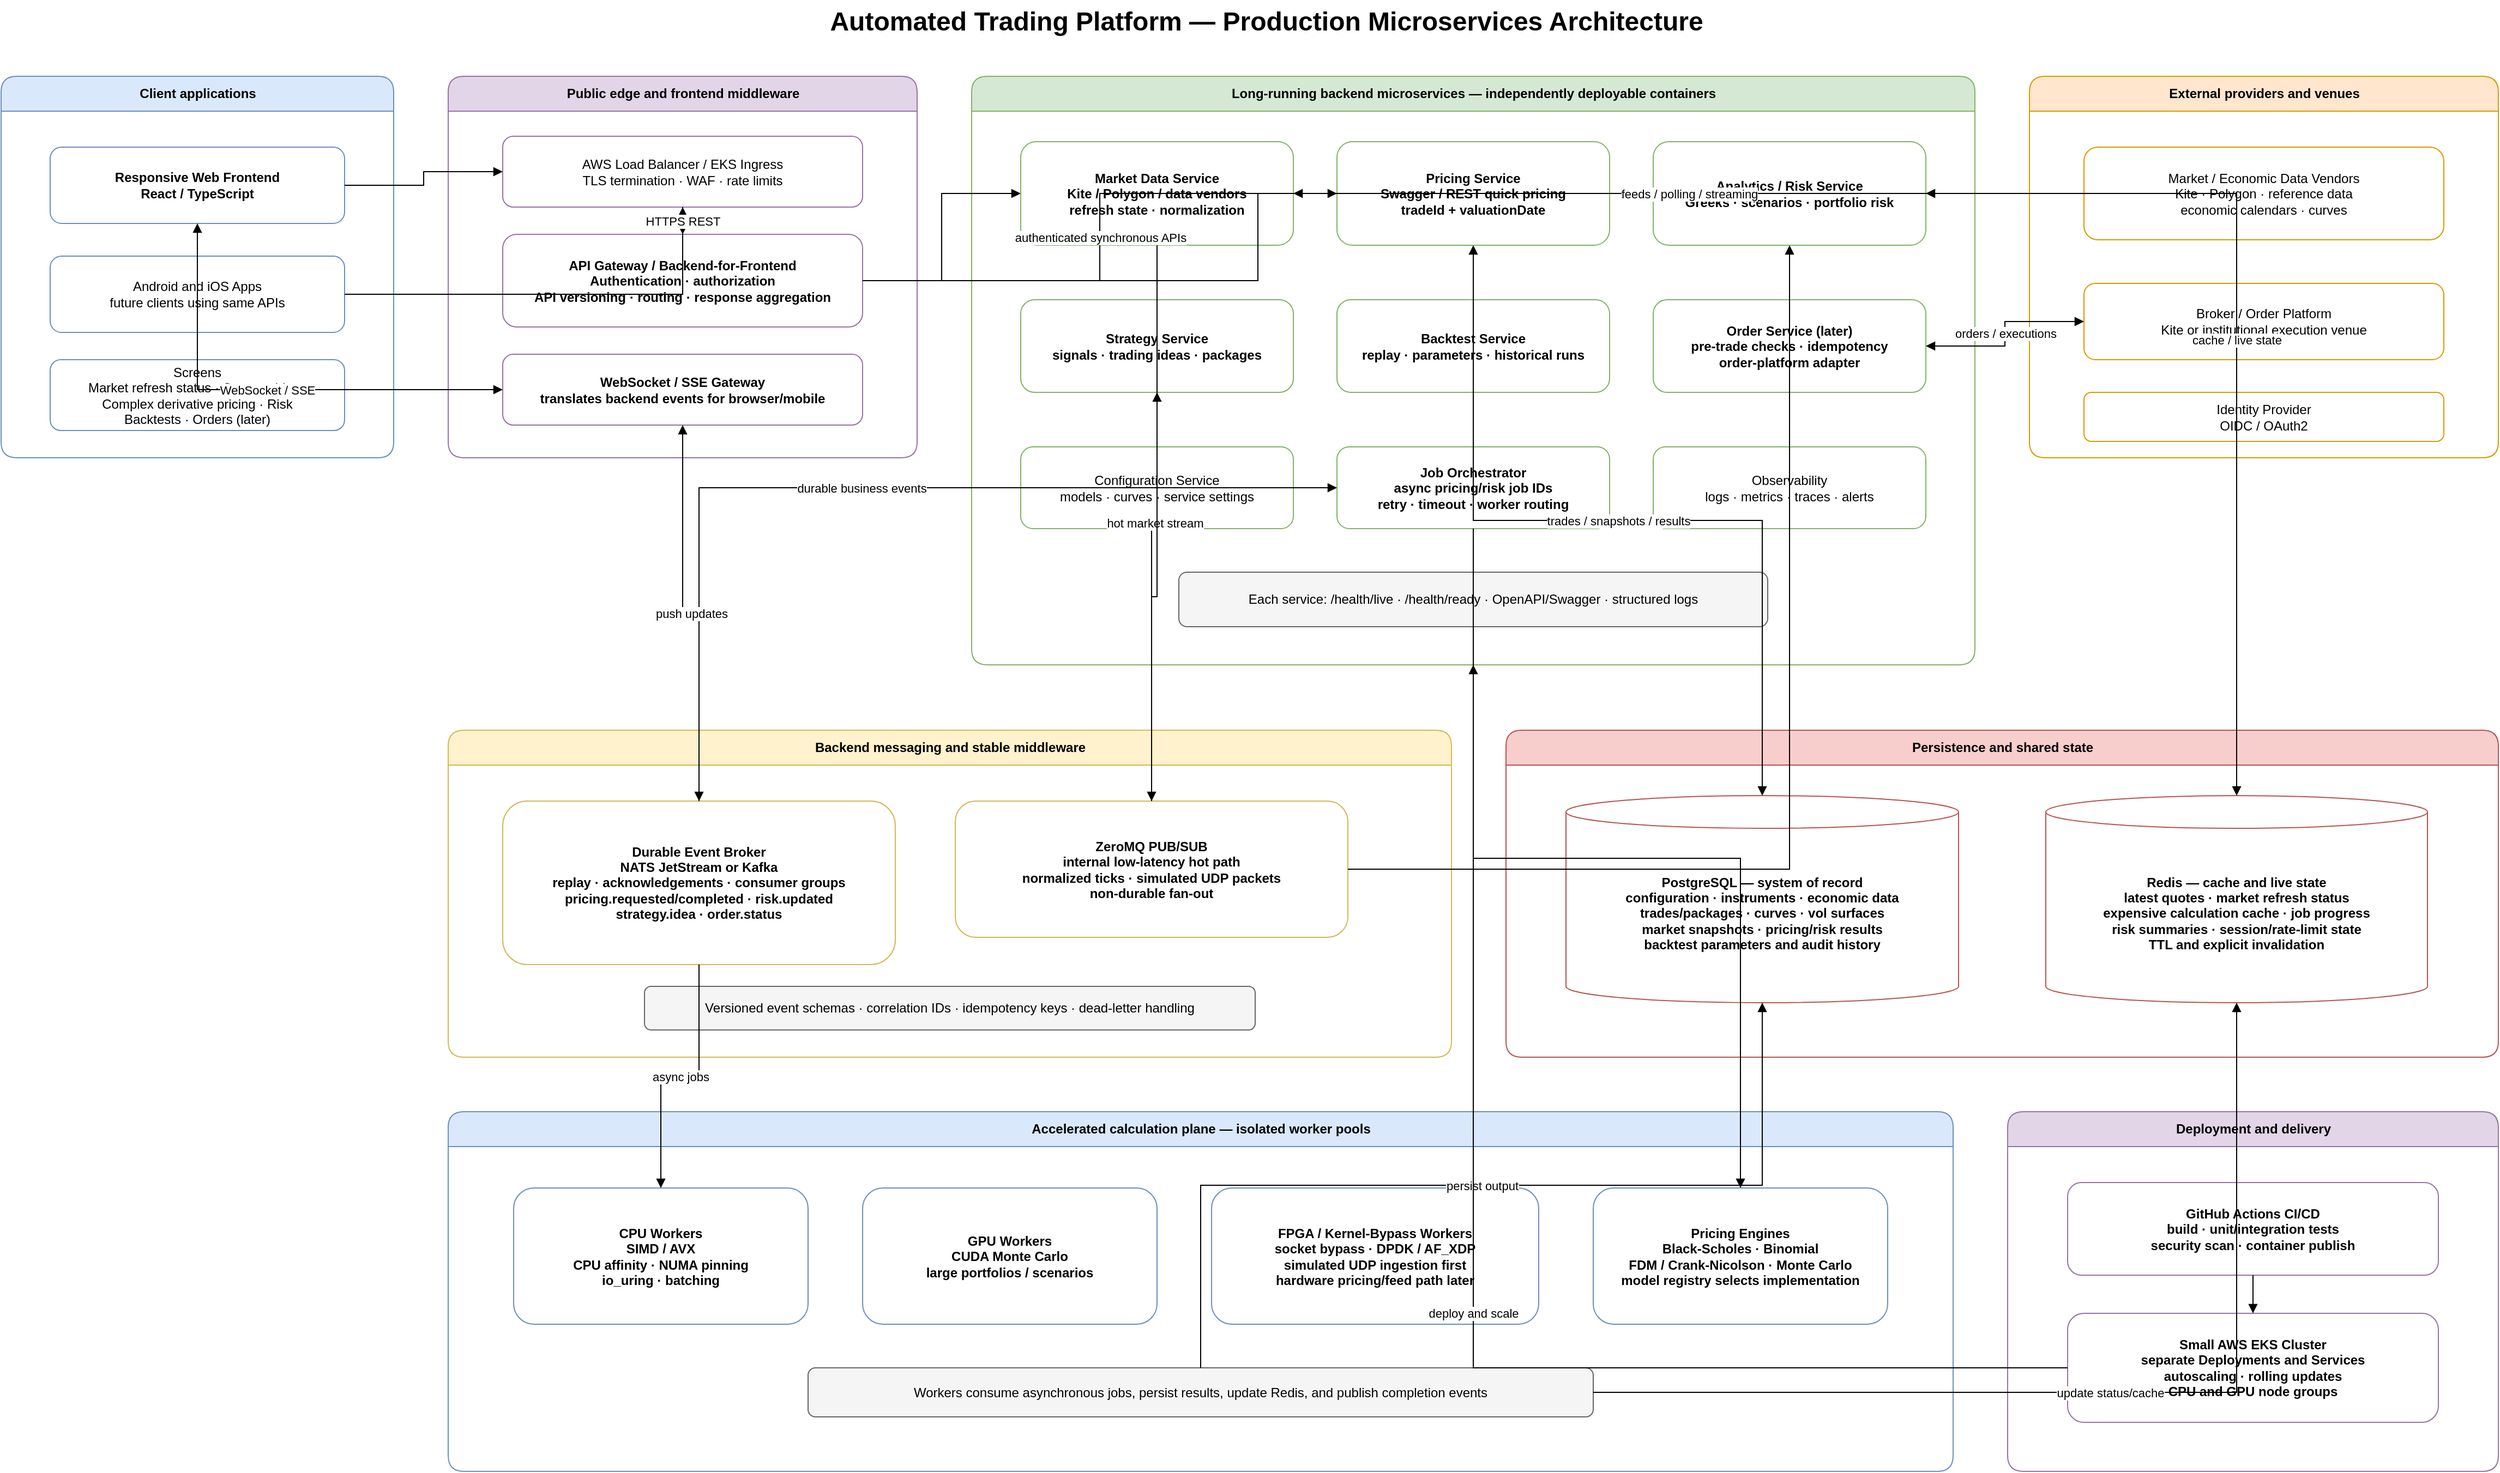
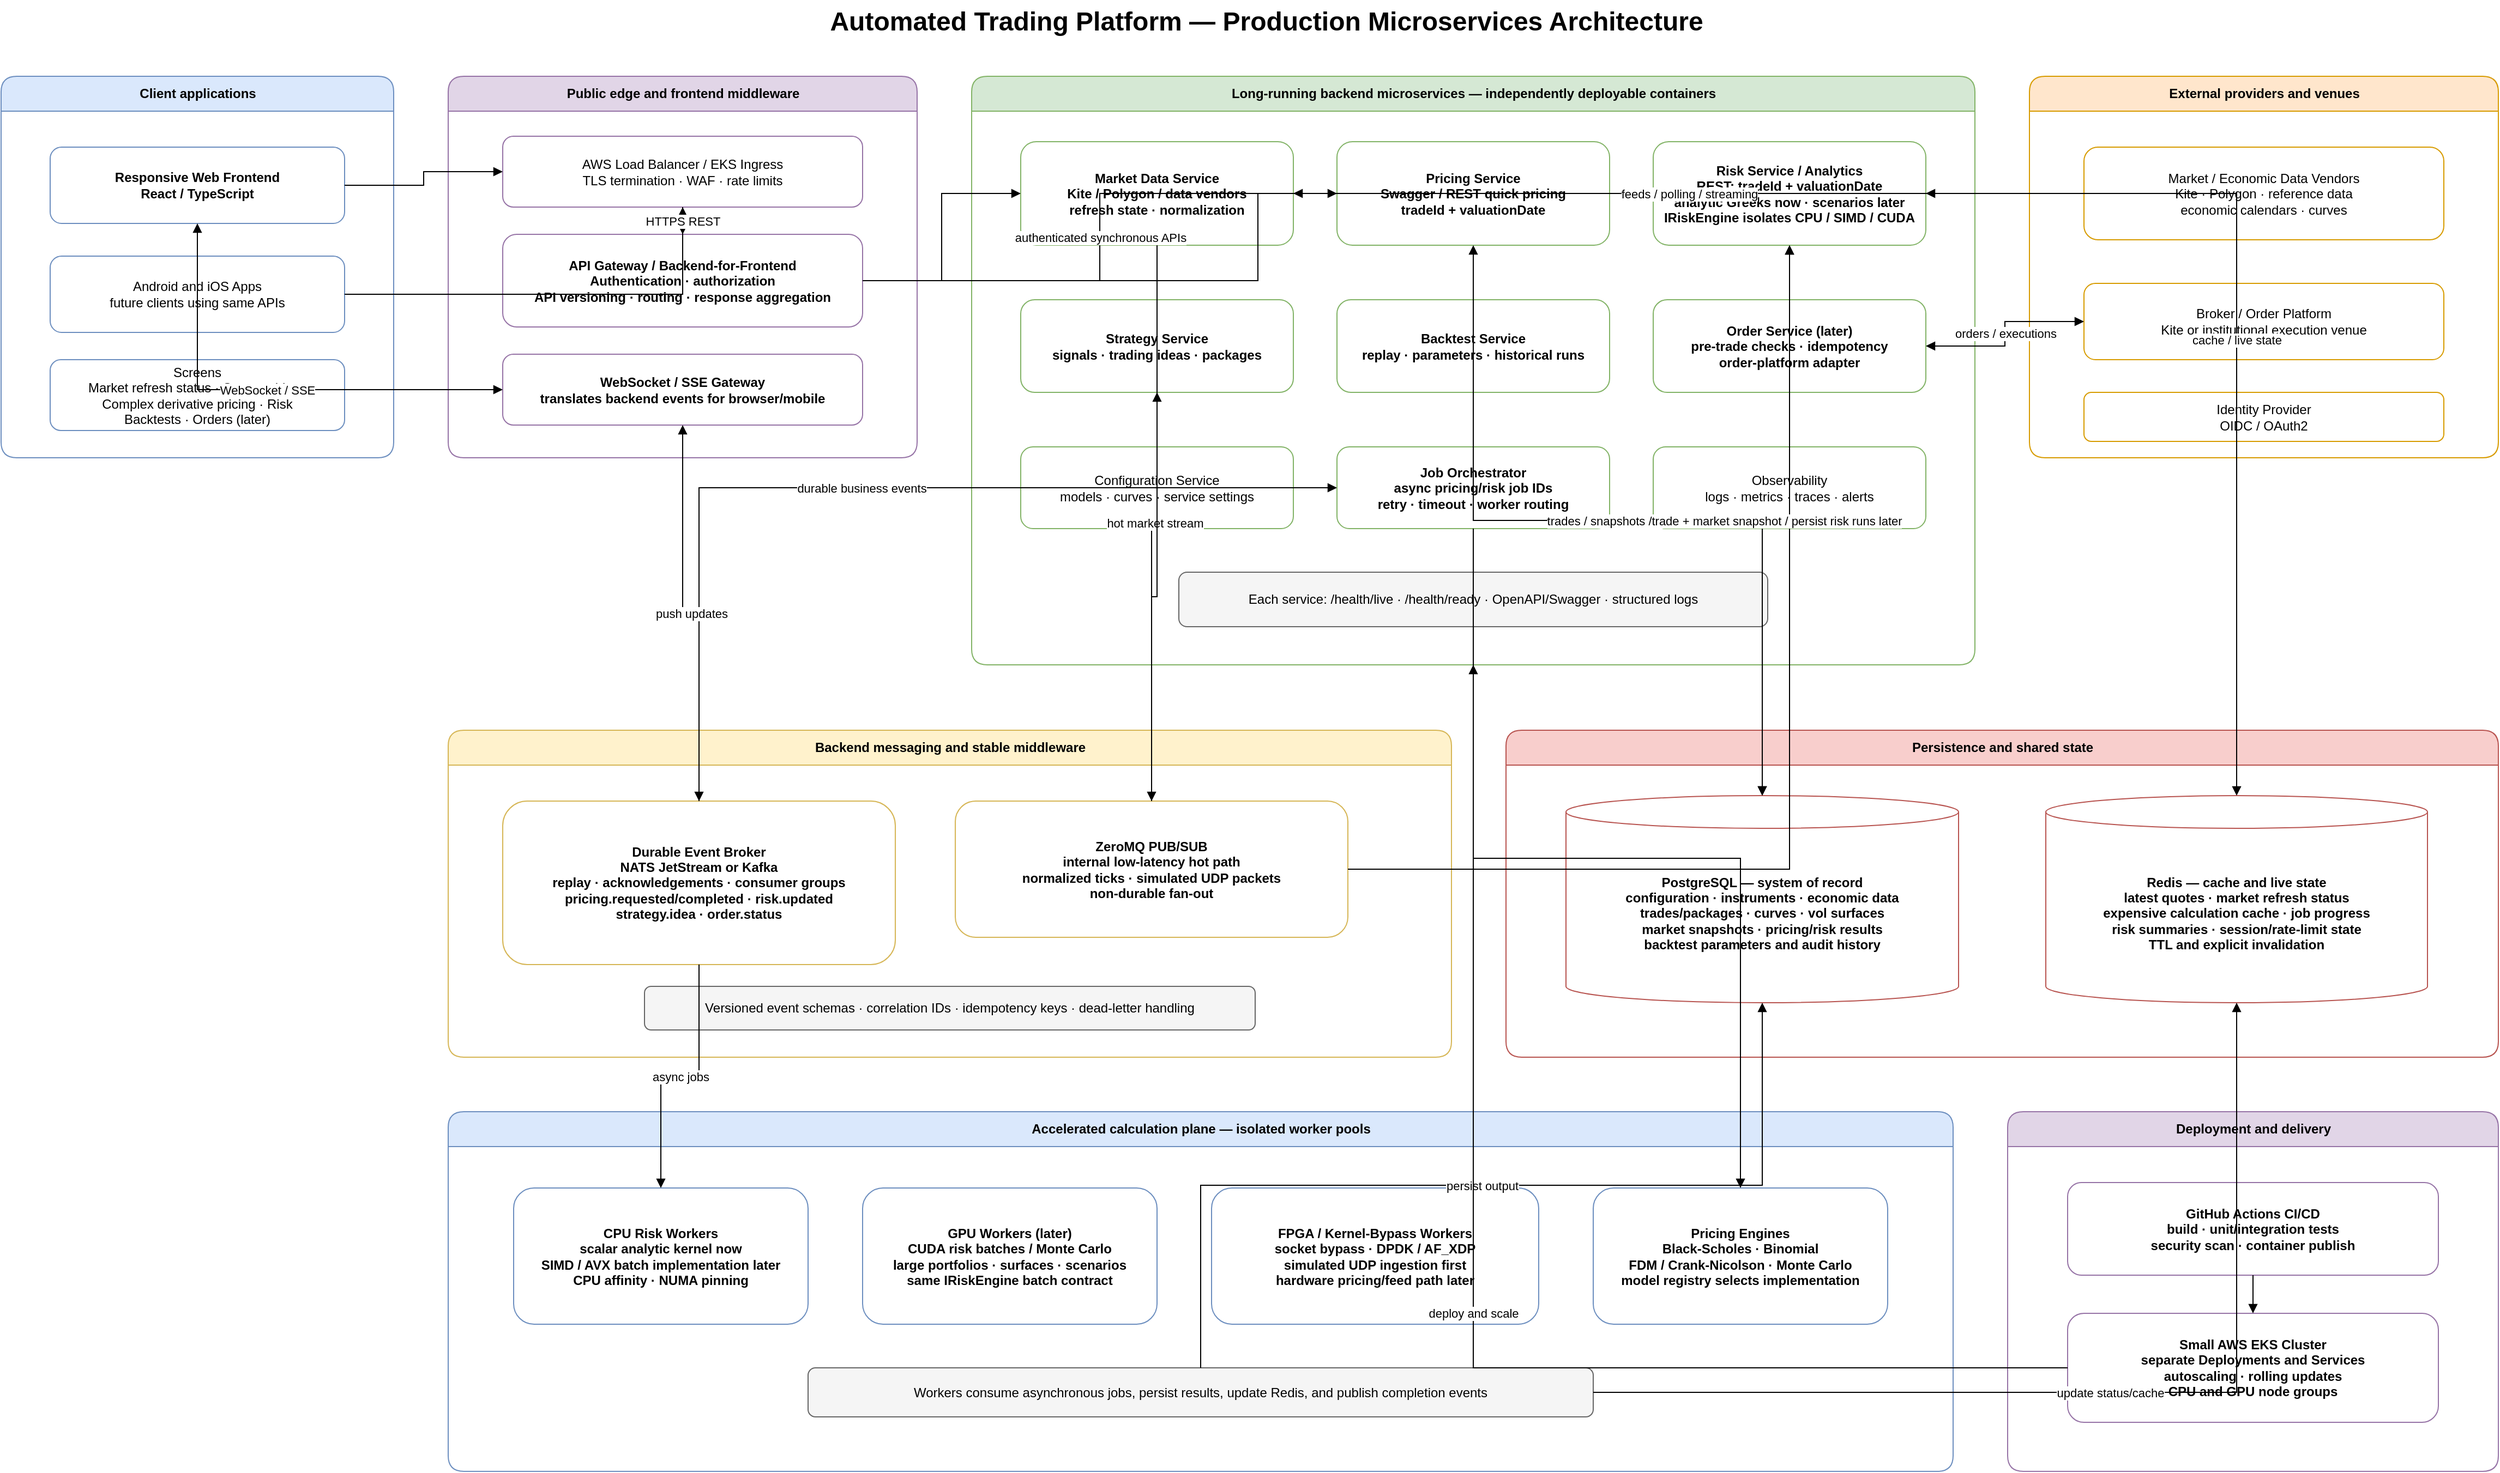
<mxfile host="app.diagrams.net" modified="2026-07-16T00:00:00.000Z" agent="Codex" version="24.7.17" type="device">
  <diagram id="full-system" name="Full System Architecture">
    <mxGraphModel dx="2200" dy="1400" grid="1" gridSize="10" guides="1" tooltips="1" connect="1" arrows="1" fold="1" page="1" pageScale="1" pageWidth="2400" pageHeight="1600" math="0" shadow="0">
      <root>
        <mxCell id="0"/>
        <mxCell id="1" parent="0"/>

        <mxCell id="title" value="Automated Trading Platform — Production Microservices Architecture" style="text;html=1;align=center;verticalAlign=middle;fontSize=24;fontStyle=1;" vertex="1" parent="1">
          <mxGeometry x="540" y="20" width="1320" height="40" as="geometry"/>
        </mxCell>

        <mxCell id="clients" value="Client applications" style="swimlane;html=1;startSize=32;horizontal=1;rounded=1;fillColor=#dae8fc;strokeColor=#6c8ebf;fontStyle=1;" vertex="1" parent="1">
          <mxGeometry x="40" y="90" width="360" height="350" as="geometry"/>
        </mxCell>
        <mxCell id="web" value="Responsive Web Frontend&#xa;React / TypeScript" style="rounded=1;whiteSpace=wrap;html=1;fillColor=#ffffff;strokeColor=#6c8ebf;fontStyle=1;" vertex="1" parent="clients">
          <mxGeometry x="45" y="65" width="270" height="70" as="geometry"/>
        </mxCell>
        <mxCell id="mobile" value="Android and iOS Apps&#xa;future clients using same APIs" style="rounded=1;whiteSpace=wrap;html=1;fillColor=#ffffff;strokeColor=#6c8ebf;" vertex="1" parent="clients">
          <mxGeometry x="45" y="165" width="270" height="70" as="geometry"/>
        </mxCell>
        <mxCell id="screens" value="Screens&#xa;Market refresh status · Strategy ideas&#xa;Complex derivative pricing · Risk&#xa;Backtests · Orders (later)" style="rounded=1;whiteSpace=wrap;html=1;fillColor=#ffffff;strokeColor=#6c8ebf;" vertex="1" parent="clients">
          <mxGeometry x="45" y="260" width="270" height="65" as="geometry"/>
        </mxCell>

        <mxCell id="edge" value="Public edge and frontend middleware" style="swimlane;html=1;startSize=32;horizontal=1;rounded=1;fillColor=#e1d5e7;strokeColor=#9673a6;fontStyle=1;" vertex="1" parent="1">
          <mxGeometry x="450" y="90" width="430" height="350" as="geometry"/>
        </mxCell>
        <mxCell id="ingress" value="AWS Load Balancer / EKS Ingress&#xa;TLS termination · WAF · rate limits" style="rounded=1;whiteSpace=wrap;html=1;fillColor=#ffffff;strokeColor=#9673a6;" vertex="1" parent="edge">
          <mxGeometry x="50" y="55" width="330" height="65" as="geometry"/>
        </mxCell>
        <mxCell id="gateway" value="API Gateway / Backend-for-Frontend&#xa;Authentication · authorization&#xa;API versioning · routing · response aggregation" style="rounded=1;whiteSpace=wrap;html=1;fillColor=#ffffff;strokeColor=#9673a6;fontStyle=1;" vertex="1" parent="edge">
          <mxGeometry x="50" y="145" width="330" height="85" as="geometry"/>
        </mxCell>
        <mxCell id="streamGateway" value="WebSocket / SSE Gateway&#xa;translates backend events for browser/mobile" style="rounded=1;whiteSpace=wrap;html=1;fillColor=#ffffff;strokeColor=#9673a6;fontStyle=1;" vertex="1" parent="edge">
          <mxGeometry x="50" y="255" width="330" height="65" as="geometry"/>
        </mxCell>

        <mxCell id="services" value="Long-running backend microservices — independently deployable containers" style="swimlane;html=1;startSize=32;horizontal=1;rounded=1;fillColor=#d5e8d4;strokeColor=#82b366;fontStyle=1;" vertex="1" parent="1">
          <mxGeometry x="930" y="90" width="920" height="540" as="geometry"/>
        </mxCell>
        <mxCell id="market" value="Market Data Service&#xa;Kite / Polygon / data vendors&#xa;refresh state · normalization" style="rounded=1;whiteSpace=wrap;html=1;fillColor=#ffffff;strokeColor=#82b366;fontStyle=1;" vertex="1" parent="services">
          <mxGeometry x="45" y="60" width="250" height="95" as="geometry"/>
        </mxCell>
        <mxCell id="pricing" value="Pricing Service&#xa;Swagger / REST quick pricing&#xa;tradeId + valuationDate" style="rounded=1;whiteSpace=wrap;html=1;fillColor=#ffffff;strokeColor=#82b366;fontStyle=1;" vertex="1" parent="services">
          <mxGeometry x="335" y="60" width="250" height="95" as="geometry"/>
        </mxCell>
-         <mxCell id="analytics" value="Analytics / Risk Service&#xa;Greeks · scenarios · portfolio risk" style="rounded=1;whiteSpace=wrap;html=1;fillColor=#ffffff;strokeColor=#82b366;fontStyle=1;" vertex="1" parent="services">
+         <mxCell id="analytics" value="Risk Service / Analytics&#xa;REST: tradeId + valuationDate&#xa;analytic Greeks now · scenarios later&#xa;IRiskEngine isolates CPU / SIMD / CUDA" style="rounded=1;whiteSpace=wrap;html=1;fillColor=#ffffff;strokeColor=#82b366;fontStyle=1;" vertex="1" parent="services">
          <mxGeometry x="625" y="60" width="250" height="95" as="geometry"/>
        </mxCell>
        <mxCell id="strategy" value="Strategy Service&#xa;signals · trading ideas · packages" style="rounded=1;whiteSpace=wrap;html=1;fillColor=#ffffff;strokeColor=#82b366;fontStyle=1;" vertex="1" parent="services">
          <mxGeometry x="45" y="205" width="250" height="85" as="geometry"/>
        </mxCell>
        <mxCell id="backtest" value="Backtest Service&#xa;replay · parameters · historical runs" style="rounded=1;whiteSpace=wrap;html=1;fillColor=#ffffff;strokeColor=#82b366;fontStyle=1;" vertex="1" parent="services">
          <mxGeometry x="335" y="205" width="250" height="85" as="geometry"/>
        </mxCell>
        <mxCell id="order" value="Order Service (later)&#xa;pre-trade checks · idempotency&#xa;order-platform adapter" style="rounded=1;whiteSpace=wrap;html=1;fillColor=#ffffff;strokeColor=#82b366;fontStyle=1;" vertex="1" parent="services">
          <mxGeometry x="625" y="205" width="250" height="85" as="geometry"/>
        </mxCell>
        <mxCell id="config" value="Configuration Service&#xa;models · curves · service settings" style="rounded=1;whiteSpace=wrap;html=1;fillColor=#ffffff;strokeColor=#82b366;" vertex="1" parent="services">
          <mxGeometry x="45" y="340" width="250" height="75" as="geometry"/>
        </mxCell>
        <mxCell id="jobs" value="Job Orchestrator&#xa;async pricing/risk job IDs&#xa;retry · timeout · worker routing" style="rounded=1;whiteSpace=wrap;html=1;fillColor=#ffffff;strokeColor=#82b366;fontStyle=1;" vertex="1" parent="services">
          <mxGeometry x="335" y="340" width="250" height="75" as="geometry"/>
        </mxCell>
        <mxCell id="observability" value="Observability&#xa;logs · metrics · traces · alerts" style="rounded=1;whiteSpace=wrap;html=1;fillColor=#ffffff;strokeColor=#82b366;" vertex="1" parent="services">
          <mxGeometry x="625" y="340" width="250" height="75" as="geometry"/>
        </mxCell>
        <mxCell id="health" value="Each service: /health/live · /health/ready · OpenAPI/Swagger · structured logs" style="rounded=1;whiteSpace=wrap;html=1;fillColor=#f5f5f5;strokeColor=#666666;" vertex="1" parent="services">
          <mxGeometry x="190" y="455" width="540" height="50" as="geometry"/>
        </mxCell>

        <mxCell id="vendors" value="External providers and venues" style="swimlane;html=1;startSize=32;horizontal=1;rounded=1;fillColor=#ffe6cc;strokeColor=#d79b00;fontStyle=1;" vertex="1" parent="1">
          <mxGeometry x="1900" y="90" width="430" height="350" as="geometry"/>
        </mxCell>
        <mxCell id="dataVendors" value="Market / Economic Data Vendors&#xa;Kite · Polygon · reference data&#xa;economic calendars · curves" style="rounded=1;whiteSpace=wrap;html=1;fillColor=#ffffff;strokeColor=#d79b00;" vertex="1" parent="vendors">
          <mxGeometry x="50" y="65" width="330" height="85" as="geometry"/>
        </mxCell>
        <mxCell id="orderPlatform" value="Broker / Order Platform&#xa;Kite or institutional execution venue" style="rounded=1;whiteSpace=wrap;html=1;fillColor=#ffffff;strokeColor=#d79b00;" vertex="1" parent="vendors">
          <mxGeometry x="50" y="190" width="330" height="70" as="geometry"/>
        </mxCell>
        <mxCell id="identity" value="Identity Provider&#xa;OIDC / OAuth2" style="rounded=1;whiteSpace=wrap;html=1;fillColor=#ffffff;strokeColor=#d79b00;" vertex="1" parent="vendors">
          <mxGeometry x="50" y="290" width="330" height="45" as="geometry"/>
        </mxCell>

        <mxCell id="middleware" value="Backend messaging and stable middleware" style="swimlane;html=1;startSize=32;horizontal=1;rounded=1;fillColor=#fff2cc;strokeColor=#d6b656;fontStyle=1;" vertex="1" parent="1">
          <mxGeometry x="450" y="690" width="920" height="300" as="geometry"/>
        </mxCell>
        <mxCell id="durableMq" value="Durable Event Broker&#xa;NATS JetStream or Kafka&#xa;replay · acknowledgements · consumer groups&#xa;pricing.requested/completed · risk.updated&#xa;strategy.idea · order.status" style="rounded=1;whiteSpace=wrap;html=1;fillColor=#ffffff;strokeColor=#d6b656;fontStyle=1;" vertex="1" parent="middleware">
          <mxGeometry x="50" y="65" width="360" height="150" as="geometry"/>
        </mxCell>
        <mxCell id="zmq" value="ZeroMQ PUB/SUB&#xa;internal low-latency hot path&#xa;normalized ticks · simulated UDP packets&#xa;non-durable fan-out" style="rounded=1;whiteSpace=wrap;html=1;fillColor=#ffffff;strokeColor=#d6b656;fontStyle=1;" vertex="1" parent="middleware">
          <mxGeometry x="465" y="65" width="360" height="125" as="geometry"/>
        </mxCell>
        <mxCell id="contract" value="Versioned event schemas · correlation IDs · idempotency keys · dead-letter handling" style="rounded=1;whiteSpace=wrap;html=1;fillColor=#f5f5f5;strokeColor=#666666;" vertex="1" parent="middleware">
          <mxGeometry x="180" y="235" width="560" height="40" as="geometry"/>
        </mxCell>

        <mxCell id="persistence" value="Persistence and shared state" style="swimlane;html=1;startSize=32;horizontal=1;rounded=1;fillColor=#f8cecc;strokeColor=#b85450;fontStyle=1;" vertex="1" parent="1">
          <mxGeometry x="1420" y="690" width="910" height="300" as="geometry"/>
        </mxCell>
        <mxCell id="postgres" value="PostgreSQL — system of record&#xa;configuration · instruments · economic data&#xa;trades/packages · curves · vol surfaces&#xa;market snapshots · pricing/risk results&#xa;backtest parameters and audit history" style="shape=cylinder3;whiteSpace=wrap;html=1;boundedLbl=1;backgroundOutline=1;fillColor=#ffffff;strokeColor=#b85450;fontStyle=1;" vertex="1" parent="persistence">
          <mxGeometry x="55" y="60" width="360" height="190" as="geometry"/>
        </mxCell>
        <mxCell id="redis" value="Redis — cache and live state&#xa;latest quotes · market refresh status&#xa;expensive calculation cache · job progress&#xa;risk summaries · session/rate-limit state&#xa;TTL and explicit invalidation" style="shape=cylinder3;whiteSpace=wrap;html=1;boundedLbl=1;backgroundOutline=1;fillColor=#ffffff;strokeColor=#b85450;fontStyle=1;" vertex="1" parent="persistence">
          <mxGeometry x="495" y="60" width="350" height="190" as="geometry"/>
        </mxCell>

        <mxCell id="compute" value="Accelerated calculation plane — isolated worker pools" style="swimlane;html=1;startSize=32;horizontal=1;rounded=1;fillColor=#dae8fc;strokeColor=#6c8ebf;fontStyle=1;" vertex="1" parent="1">
          <mxGeometry x="450" y="1040" width="1380" height="330" as="geometry"/>
        </mxCell>
-         <mxCell id="cpu" value="CPU Workers&#xa;SIMD / AVX&#xa;CPU affinity · NUMA pinning&#xa;io_uring · batching" style="rounded=1;whiteSpace=wrap;html=1;fillColor=#ffffff;strokeColor=#6c8ebf;fontStyle=1;" vertex="1" parent="compute">
+         <mxCell id="cpu" value="CPU Risk Workers&#xa;scalar analytic kernel now&#xa;SIMD / AVX batch implementation later&#xa;CPU affinity · NUMA pinning" style="rounded=1;whiteSpace=wrap;html=1;fillColor=#ffffff;strokeColor=#6c8ebf;fontStyle=1;" vertex="1" parent="compute">
          <mxGeometry x="60" y="70" width="270" height="125" as="geometry"/>
        </mxCell>
-         <mxCell id="gpu" value="GPU Workers&#xa;CUDA Monte Carlo&#xa;large portfolios / scenarios" style="rounded=1;whiteSpace=wrap;html=1;fillColor=#ffffff;strokeColor=#6c8ebf;fontStyle=1;" vertex="1" parent="compute">
+         <mxCell id="gpu" value="GPU Workers (later)&#xa;CUDA risk batches / Monte Carlo&#xa;large portfolios · surfaces · scenarios&#xa;same IRiskEngine batch contract" style="rounded=1;whiteSpace=wrap;html=1;fillColor=#ffffff;strokeColor=#6c8ebf;fontStyle=1;" vertex="1" parent="compute">
          <mxGeometry x="380" y="70" width="270" height="125" as="geometry"/>
        </mxCell>
        <mxCell id="fpga" value="FPGA / Kernel-Bypass Workers&#xa;socket bypass · DPDK / AF_XDP&#xa;simulated UDP ingestion first&#xa;hardware pricing/feed path later" style="rounded=1;whiteSpace=wrap;html=1;fillColor=#ffffff;strokeColor=#6c8ebf;fontStyle=1;" vertex="1" parent="compute">
          <mxGeometry x="700" y="70" width="300" height="125" as="geometry"/>
        </mxCell>
        <mxCell id="modelWorkers" value="Pricing Engines&#xa;Black-Scholes · Binomial&#xa;FDM / Crank-Nicolson · Monte Carlo&#xa;model registry selects implementation" style="rounded=1;whiteSpace=wrap;html=1;fillColor=#ffffff;strokeColor=#6c8ebf;fontStyle=1;" vertex="1" parent="compute">
          <mxGeometry x="1050" y="70" width="270" height="125" as="geometry"/>
        </mxCell>
        <mxCell id="workerNote" value="Workers consume asynchronous jobs, persist results, update Redis, and publish completion events" style="rounded=1;whiteSpace=wrap;html=1;fillColor=#f5f5f5;strokeColor=#666666;" vertex="1" parent="compute">
          <mxGeometry x="330" y="235" width="720" height="45" as="geometry"/>
        </mxCell>

        <mxCell id="deployment" value="Deployment and delivery" style="swimlane;html=1;startSize=32;horizontal=1;rounded=1;fillColor=#e1d5e7;strokeColor=#9673a6;fontStyle=1;" vertex="1" parent="1">
          <mxGeometry x="1880" y="1040" width="450" height="330" as="geometry"/>
        </mxCell>
        <mxCell id="github" value="GitHub Actions CI/CD&#xa;build · unit/integration tests&#xa;security scan · container publish" style="rounded=1;whiteSpace=wrap;html=1;fillColor=#ffffff;strokeColor=#9673a6;fontStyle=1;" vertex="1" parent="deployment">
          <mxGeometry x="55" y="65" width="340" height="85" as="geometry"/>
        </mxCell>
        <mxCell id="eks" value="Small AWS EKS Cluster&#xa;separate Deployments and Services&#xa;autoscaling · rolling updates&#xa;CPU and GPU node groups" style="rounded=1;whiteSpace=wrap;html=1;fillColor=#ffffff;strokeColor=#9673a6;fontStyle=1;" vertex="1" parent="deployment">
          <mxGeometry x="55" y="185" width="340" height="100" as="geometry"/>
        </mxCell>

        <mxCell id="e-client-ingress" style="edgeStyle=orthogonalEdgeStyle;rounded=0;html=1;endArrow=block;endFill=1;" edge="1" parent="1" source="web" target="ingress"><mxGeometry relative="1" as="geometry"/></mxCell>
        <mxCell id="e-mobile-ingress" style="edgeStyle=orthogonalEdgeStyle;rounded=0;html=1;endArrow=block;endFill=1;" edge="1" parent="1" source="mobile" target="ingress"><mxGeometry relative="1" as="geometry"/></mxCell>
        <mxCell id="e-ingress-gateway" value="HTTPS REST" style="edgeStyle=orthogonalEdgeStyle;rounded=0;html=1;endArrow=block;endFill=1;" edge="1" parent="1" source="ingress" target="gateway"><mxGeometry relative="1" as="geometry"/></mxCell>
        <mxCell id="e-gateway-services" value="authenticated synchronous APIs" style="edgeStyle=orthogonalEdgeStyle;rounded=0;html=1;endArrow=block;endFill=1;" edge="1" parent="1" source="gateway" target="pricing"><mxGeometry relative="1" as="geometry"/></mxCell>
        <mxCell id="e-gateway-market" style="edgeStyle=orthogonalEdgeStyle;rounded=0;html=1;endArrow=block;endFill=1;" edge="1" parent="1" source="gateway" target="market"><mxGeometry relative="1" as="geometry"/></mxCell>
        <mxCell id="e-gateway-analytics" style="edgeStyle=orthogonalEdgeStyle;rounded=0;html=1;endArrow=block;endFill=1;" edge="1" parent="1" source="gateway" target="analytics"><mxGeometry relative="1" as="geometry"/></mxCell>
        <mxCell id="e-stream-client" value="WebSocket / SSE" style="edgeStyle=orthogonalEdgeStyle;rounded=0;html=1;startArrow=block;startFill=1;endArrow=block;endFill=1;" edge="1" parent="1" source="streamGateway" target="web"><mxGeometry relative="1" as="geometry"/></mxCell>
        <mxCell id="e-vendors-market" value="feeds / polling / streaming" style="edgeStyle=orthogonalEdgeStyle;rounded=0;html=1;endArrow=block;endFill=1;" edge="1" parent="1" source="dataVendors" target="market"><mxGeometry relative="1" as="geometry"/></mxCell>
        <mxCell id="e-order-platform" value="orders / executions" style="edgeStyle=orthogonalEdgeStyle;rounded=0;html=1;startArrow=block;startFill=1;endArrow=block;endFill=1;" edge="1" parent="1" source="order" target="orderPlatform"><mxGeometry relative="1" as="geometry"/></mxCell>
        <mxCell id="e-market-zmq" value="hot market stream" style="edgeStyle=orthogonalEdgeStyle;rounded=0;html=1;endArrow=block;endFill=1;" edge="1" parent="1" source="market" target="zmq"><mxGeometry relative="1" as="geometry"/></mxCell>
        <mxCell id="e-zmq-analytics" style="edgeStyle=orthogonalEdgeStyle;rounded=0;html=1;endArrow=block;endFill=1;" edge="1" parent="1" source="zmq" target="analytics"><mxGeometry relative="1" as="geometry"/></mxCell>
        <mxCell id="e-zmq-strategy" style="edgeStyle=orthogonalEdgeStyle;rounded=0;html=1;endArrow=block;endFill=1;" edge="1" parent="1" source="zmq" target="strategy"><mxGeometry relative="1" as="geometry"/></mxCell>
        <mxCell id="e-services-mq" value="durable business events" style="edgeStyle=orthogonalEdgeStyle;rounded=0;html=1;startArrow=block;startFill=1;endArrow=block;endFill=1;" edge="1" parent="1" source="jobs" target="durableMq"><mxGeometry relative="1" as="geometry"/></mxCell>
        <mxCell id="e-mq-stream" value="push updates" style="edgeStyle=orthogonalEdgeStyle;rounded=0;html=1;endArrow=block;endFill=1;" edge="1" parent="1" source="durableMq" target="streamGateway"><mxGeometry relative="1" as="geometry"/></mxCell>
        <mxCell id="e-mq-workers" value="async jobs" style="edgeStyle=orthogonalEdgeStyle;rounded=0;html=1;endArrow=block;endFill=1;" edge="1" parent="1" source="durableMq" target="cpu"><mxGeometry relative="1" as="geometry"/></mxCell>
        <mxCell id="e-jobs-workers" style="edgeStyle=orthogonalEdgeStyle;rounded=0;html=1;endArrow=block;endFill=1;" edge="1" parent="1" source="jobs" target="modelWorkers"><mxGeometry relative="1" as="geometry"/></mxCell>
        <mxCell id="e-pricing-postgres" value="trades / snapshots / results" style="edgeStyle=orthogonalEdgeStyle;rounded=0;html=1;startArrow=block;startFill=1;endArrow=block;endFill=1;" edge="1" parent="1" source="pricing" target="postgres"><mxGeometry relative="1" as="geometry"/></mxCell>
+         <mxCell id="e-risk-postgres" value="trade + market snapshot / persist risk runs later" style="edgeStyle=orthogonalEdgeStyle;rounded=0;html=1;startArrow=block;startFill=1;endArrow=block;endFill=1;" edge="1" parent="1" source="analytics" target="postgres"><mxGeometry relative="1" as="geometry"/></mxCell>
        <mxCell id="e-services-redis" value="cache / live state" style="edgeStyle=orthogonalEdgeStyle;rounded=0;html=1;startArrow=block;startFill=1;endArrow=block;endFill=1;" edge="1" parent="1" source="analytics" target="redis"><mxGeometry relative="1" as="geometry"/></mxCell>
        <mxCell id="e-workers-postgres" value="persist output" style="edgeStyle=orthogonalEdgeStyle;rounded=0;html=1;endArrow=block;endFill=1;" edge="1" parent="1" source="workerNote" target="postgres"><mxGeometry relative="1" as="geometry"/></mxCell>
        <mxCell id="e-workers-redis" value="update status/cache" style="edgeStyle=orthogonalEdgeStyle;rounded=0;html=1;endArrow=block;endFill=1;" edge="1" parent="1" source="workerNote" target="redis"><mxGeometry relative="1" as="geometry"/></mxCell>
        <mxCell id="e-ci-eks" style="edgeStyle=orthogonalEdgeStyle;rounded=0;html=1;endArrow=block;endFill=1;" edge="1" parent="1" source="github" target="eks"><mxGeometry relative="1" as="geometry"/></mxCell>
        <mxCell id="e-eks-services" value="deploy and scale" style="edgeStyle=orthogonalEdgeStyle;rounded=0;html=1;endArrow=block;endFill=1;" edge="1" parent="1" source="eks" target="services"><mxGeometry relative="1" as="geometry"/></mxCell>
      </root>
    </mxGraphModel>
  </diagram>
</mxfile>
